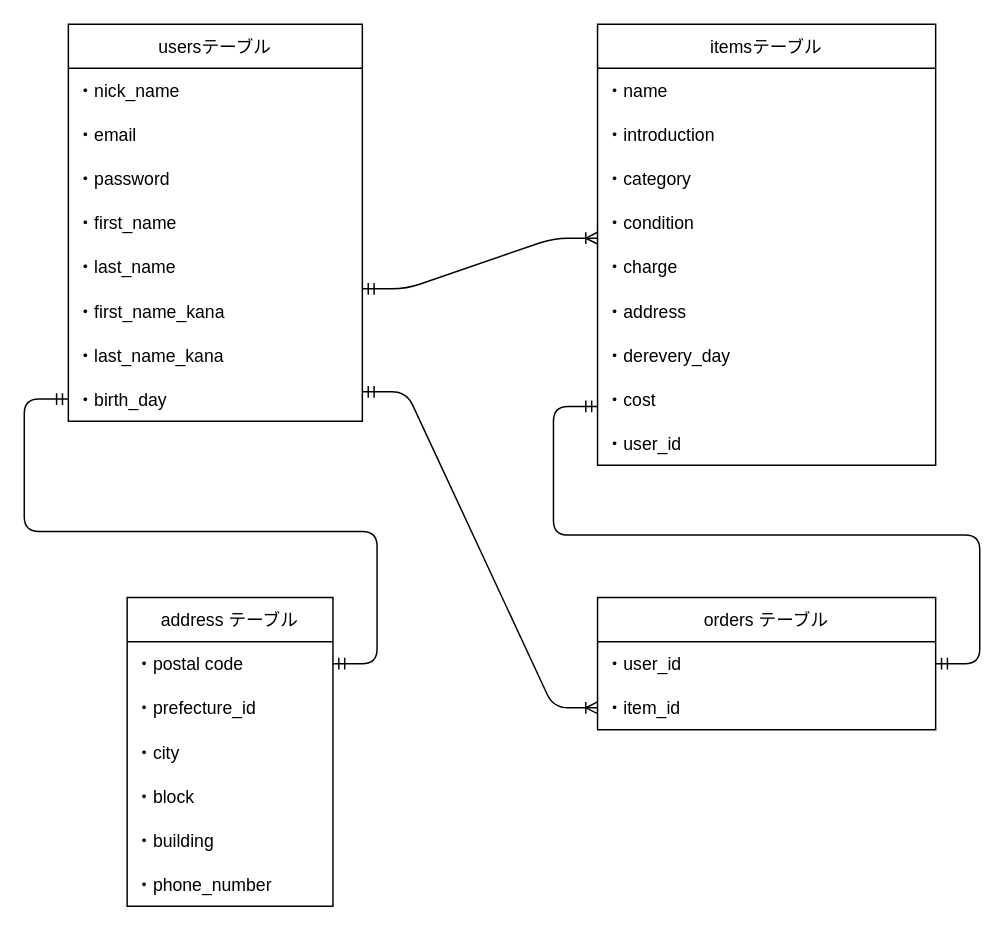
pecyanko/furima-38816 keeps this draw.io diagram as test.dio. Above is the earlier version. Source tidied: cells renumbered, new cells numbered last; positions are measured from the earlier drawing's top-left corner, leaving out a move shared by most shapes. Both pictures are drawn from the tidied source at 147%, with x=0, y=0 at pixel (68, 24).
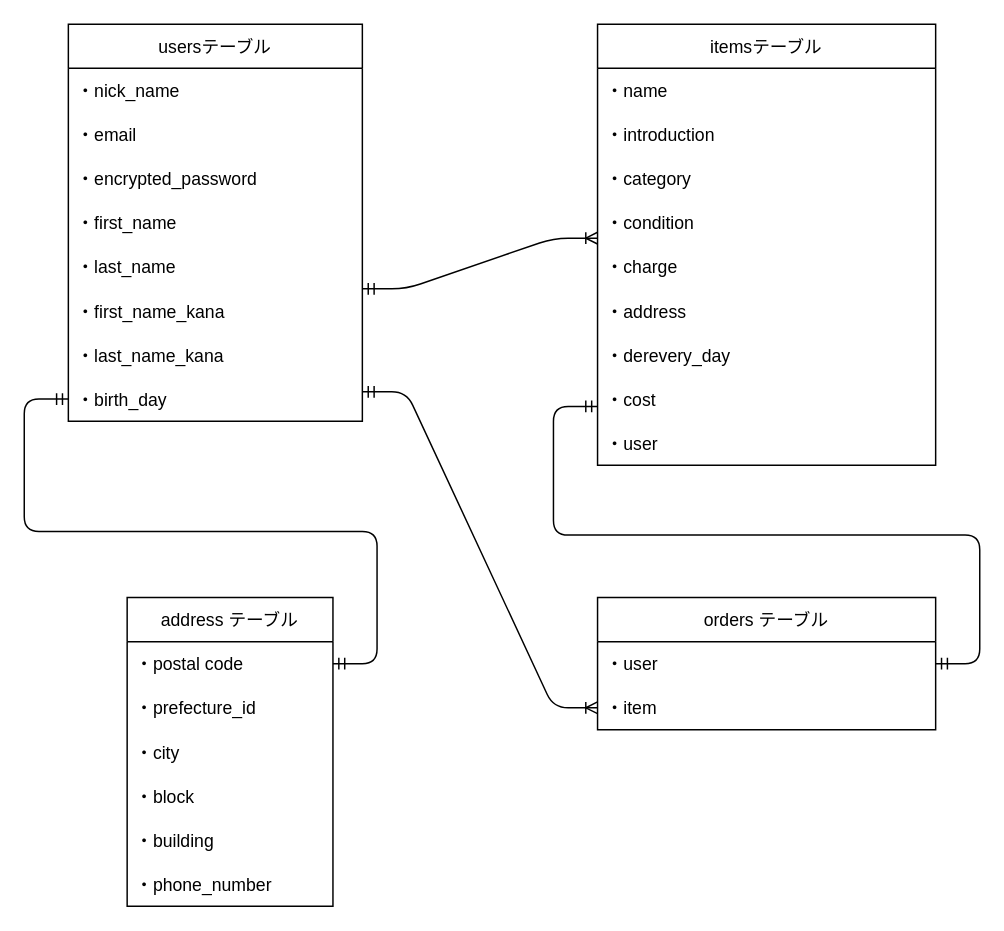
After the change.

The change refers to these unchanged cells:
```xml
<mxCell id="2" value="usersテーブル" style="swimlane;fontStyle=0;horizontal=1;startSize=30;" parent="1" vertex="1">
  <mxGeometry width="200" height="270" as="geometry" />
</mxCell>
<mxCell id="18" value="itemsテーブル" style="swimlane;fontStyle=0;horizontal=1;startSize=30;" parent="1" vertex="1">
  <mxGeometry x="360" width="230" height="300" as="geometry" />
</mxCell>
<mxCell id="28" value="orders テーブル" style="swimlane;fontStyle=0;horizontal=1;startSize=30;" parent="1" vertex="1">
  <mxGeometry x="360" y="390" width="230" height="90" as="geometry" />
</mxCell>
```

Change to the diagram source:
```diff
@@
-    <mxCell id="5" value="・password" style="text;strokeColor=none;fillColor=none;align=left;verticalAlign=middle;spacingLeft=4;spacingRight=4;overflow=hidden;" parent="2" vertex="1">
+    <mxCell id="5" value="・encrypted_password" style="text;strokeColor=none;fillColor=none;align=left;verticalAlign=middle;spacingLeft=4;spacingRight=4;overflow=hidden;" parent="2" vertex="1">
       <mxGeometry y="90" width="200" height="30" as="geometry" />
     </mxCell>
@@
-    <mxCell id="27" value="・user_id" style="text;strokeColor=none;fillColor=none;align=left;verticalAlign=middle;spacingLeft=4;spacingRight=4;overflow=hidden;" parent="18" vertex="1">
+    <mxCell id="27" value="・user" style="text;strokeColor=none;fillColor=none;align=left;verticalAlign=middle;spacingLeft=4;spacingRight=4;overflow=hidden;" parent="18" vertex="1">
       <mxGeometry y="270" width="230" height="30" as="geometry" />
     </mxCell>
@@
-    <mxCell id="29" value="・user_id" style="text;strokeColor=none;fillColor=none;align=left;verticalAlign=middle;spacingLeft=4;spacingRight=4;overflow=hidden;points=[[0,0.5],[1,0.5]];portConstraint=eastwest;" parent="28" vertex="1">
+    <mxCell id="29" value="・user" style="text;strokeColor=none;fillColor=none;align=left;verticalAlign=middle;spacingLeft=4;spacingRight=4;overflow=hidden;points=[[0,0.5],[1,0.5]];portConstraint=eastwest;" parent="28" vertex="1">
       <mxGeometry y="30" width="230" height="30" as="geometry" />
     </mxCell>
-    <mxCell id="30" value="・item_id" style="text;strokeColor=none;fillColor=none;align=left;verticalAlign=middle;spacingLeft=4;spacingRight=4;overflow=hidden;points=[[0,0.5],[1,0.5]];portConstraint=eastwest;" parent="28" vertex="1">
+    <mxCell id="30" value="・item" style="text;strokeColor=none;fillColor=none;align=left;verticalAlign=middle;spacingLeft=4;spacingRight=4;overflow=hidden;points=[[0,0.5],[1,0.5]];portConstraint=eastwest;" parent="28" vertex="1">
       <mxGeometry y="60" width="230" height="30" as="geometry" />
     </mxCell>
```
